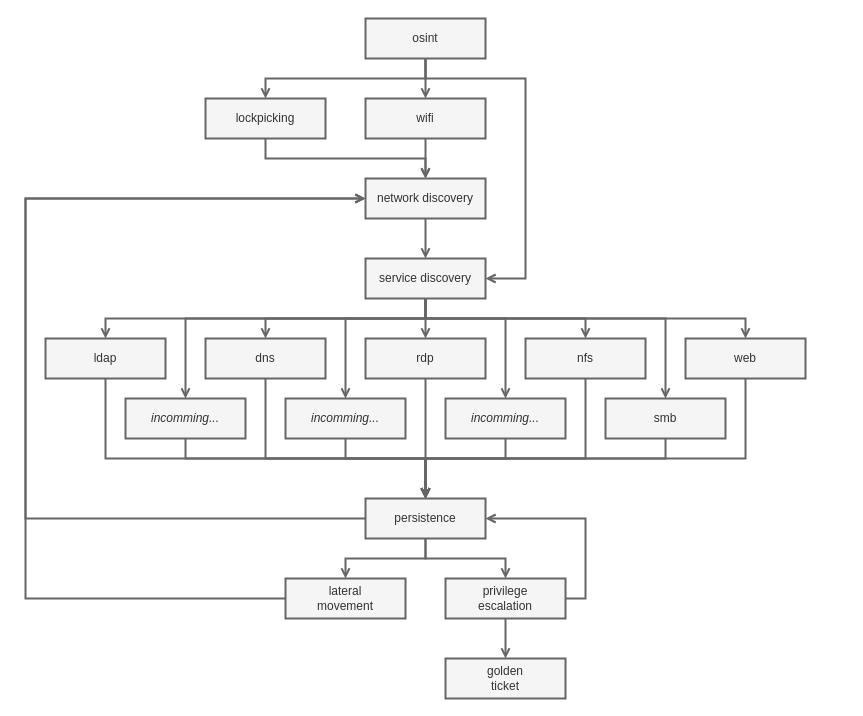
Earlier version of the draw.io diagram posts/notes/pwn/tree.drawio (0b11stan/blog). Source tidied: cells renumbered, new cells numbered last; positions are measured from the earlier drawing's top-left corner, leaving out a move shared by most shapes. Both pictures are drawn from the tidied source at 100%, with x=0, y=0 at pixel (25, 18).
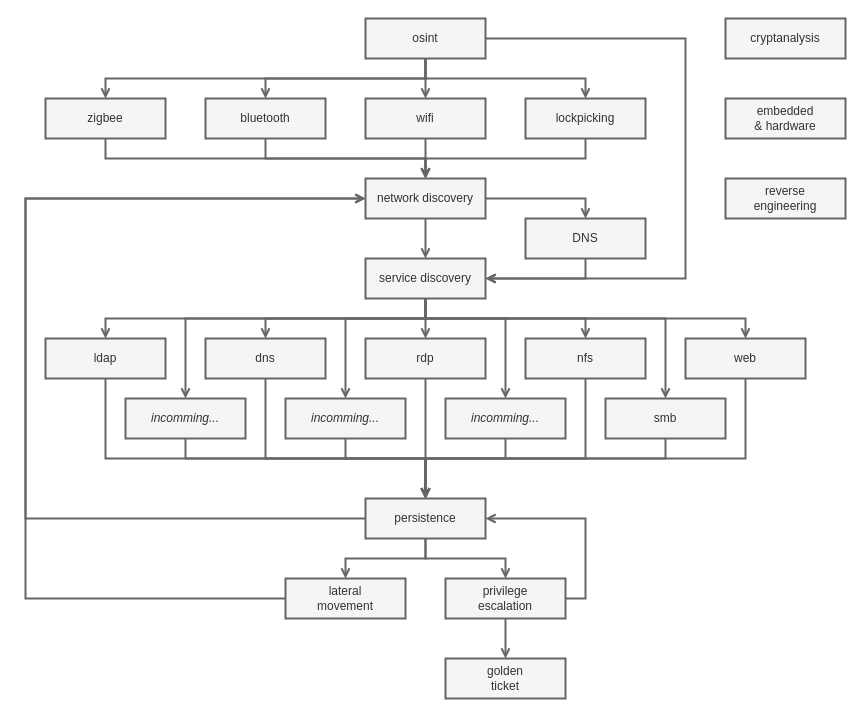
After the change.

The change refers to these unchanged cells:
```xml
<mxCell id="5" value="osint" style="rounded=0;whiteSpace=wrap;html=1;fillColor=#f5f5f5;fontColor=#333333;strokeColor=#666666;strokeWidth=2;" parent="1" vertex="1">
  <mxGeometry x="340" width="120" height="40" as="geometry" />
</mxCell>
<mxCell id="13" value="network discovery" style="rounded=0;whiteSpace=wrap;html=1;fillColor=#f5f5f5;fontColor=#333333;strokeColor=#666666;strokeWidth=2;" parent="1" vertex="1">
  <mxGeometry x="340" y="160" width="120" height="40" as="geometry" />
</mxCell>
<mxCell id="23" value="service discovery" style="rounded=0;whiteSpace=wrap;html=1;fillColor=#f5f5f5;fontColor=#333333;strokeColor=#666666;strokeWidth=2;" parent="1" vertex="1">
  <mxGeometry x="340" y="240" width="120" height="40" as="geometry" />
</mxCell>
```

The edit, as a diff of the source:
```diff
@@
     <mxCell id="2" style="edgeStyle=orthogonalEdgeStyle;rounded=0;jettySize=auto;html=1;fillColor=#f5f5f5;strokeColor=#666666;strokeWidth=2;endArrow=open;endFill=0;" parent="1" edge="1" source="5" target="7">
       <mxGeometry relative="1" as="geometry">
         <Array as="points">
           <mxPoint x="400" y="60" />
-          <mxPoint x="240" y="60" />
+          <mxPoint x="560" y="60" />
         </Array>
       </mxGeometry>
     </mxCell>
@@
     <mxCell id="4" style="edgeStyle=orthogonalEdgeStyle;rounded=0;jettySize=auto;html=1;strokeWidth=2;fillColor=#f5f5f5;strokeColor=#666666;endArrow=open;endFill=0;" parent="1" edge="1" source="5" target="23">
       <mxGeometry relative="1" as="geometry">
         <Array as="points">
-          <mxPoint x="400" y="60" />
-          <mxPoint x="500" y="60" />
-          <mxPoint x="500" y="260" />
+          <mxPoint x="660" y="20" />
+          <mxPoint x="660" y="260" />
         </Array>
       </mxGeometry>
     </mxCell>
+    <mxCell id="50" style="edgeStyle=orthogonalEdgeStyle;rounded=0;jettySize=auto;html=1;endArrow=open;endFill=0;strokeWidth=2;fillColor=#f5f5f5;strokeColor=#666666;" parent="1" edge="1" source="5" target="59">
+      <mxGeometry relative="1" as="geometry">
+        <Array as="points">
+          <mxPoint x="400" y="60" />
+          <mxPoint x="240" y="60" />
+        </Array>
+      </mxGeometry>
+    </mxCell>
+    <mxCell id="51" style="edgeStyle=orthogonalEdgeStyle;rounded=0;jettySize=auto;html=1;endArrow=open;endFill=0;strokeWidth=2;fillColor=#f5f5f5;strokeColor=#666666;" parent="1" edge="1" source="5" target="61">
+      <mxGeometry relative="1" as="geometry">
+        <Array as="points">
+          <mxPoint x="400" y="60" />
+          <mxPoint x="80" y="60" />
+        </Array>
+      </mxGeometry>
+    </mxCell>
@@
     <mxCell id="6" style="edgeStyle=orthogonalEdgeStyle;rounded=0;jettySize=auto;html=1;fillColor=#f5f5f5;strokeColor=#666666;strokeWidth=2;endArrow=open;endFill=0;" parent="1" edge="1" source="7" target="13">
       <mxGeometry relative="1" as="geometry">
         <Array as="points">
-          <mxPoint x="240" y="140" />
+          <mxPoint x="560" y="140" />
           <mxPoint x="400" y="140" />
         </Array>
       </mxGeometry>
     </mxCell>
     <mxCell id="7" value="lockpicking" style="rounded=0;whiteSpace=wrap;html=1;fillColor=#f5f5f5;fontColor=#333333;strokeColor=#666666;strokeWidth=2;" parent="1" vertex="1">
-      <mxGeometry x="180" y="80" width="120" height="40" as="geometry" />
+      <mxGeometry x="500" y="80" width="120" height="40" as="geometry" />
     </mxCell>
@@
+    <mxCell id="52" style="edgeStyle=orthogonalEdgeStyle;rounded=0;jettySize=auto;html=1;strokeWidth=2;fillColor=#f5f5f5;strokeColor=#666666;endArrow=open;endFill=0;" parent="1" edge="1" source="13" target="55">
+      <mxGeometry relative="1" as="geometry">
+        <Array as="points">
+          <mxPoint x="560" y="180" />
+        </Array>
+      </mxGeometry>
+    </mxCell>
@@
+    <mxCell id="53" value="reverse&lt;br&gt;engineering" style="rounded=0;whiteSpace=wrap;html=1;fillColor=#f5f5f5;fontColor=#333333;strokeColor=#666666;strokeWidth=2;" parent="1" vertex="1">
+      <mxGeometry x="700" y="160" width="120" height="40" as="geometry" />
+    </mxCell>
+    <mxCell id="54" style="edgeStyle=orthogonalEdgeStyle;rounded=0;jettySize=auto;html=1;endArrow=open;endFill=0;strokeWidth=2;fillColor=#f5f5f5;strokeColor=#666666;" parent="1" edge="1" source="55" target="23">
+      <mxGeometry relative="1" as="geometry">
+        <Array as="points">
+          <mxPoint x="560" y="260" />
+        </Array>
+      </mxGeometry>
+    </mxCell>
+    <mxCell id="55" value="DNS" style="rounded=0;whiteSpace=wrap;html=1;fillColor=#f5f5f5;fontColor=#333333;strokeColor=#666666;strokeWidth=2;" parent="1" vertex="1">
+      <mxGeometry x="500" y="200" width="120" height="40" as="geometry" />
+    </mxCell>
+    <mxCell id="56" value="cryptanalysis" style="rounded=0;whiteSpace=wrap;html=1;fillColor=#f5f5f5;fontColor=#333333;strokeColor=#666666;strokeWidth=2;" parent="1" vertex="1">
+      <mxGeometry x="700" width="120" height="40" as="geometry" />
+    </mxCell>
+    <mxCell id="57" value="embedded&lt;br&gt;&amp;amp; hardware" style="rounded=0;whiteSpace=wrap;html=1;fillColor=#f5f5f5;fontColor=#333333;strokeColor=#666666;strokeWidth=2;" parent="1" vertex="1">
+      <mxGeometry x="700" y="80" width="120" height="40" as="geometry" />
+    </mxCell>
+    <mxCell id="58" style="edgeStyle=orthogonalEdgeStyle;rounded=0;jettySize=auto;html=1;endArrow=open;endFill=0;strokeWidth=2;fillColor=#f5f5f5;strokeColor=#666666;" parent="1" edge="1" source="59" target="13">
+      <mxGeometry relative="1" as="geometry">
+        <Array as="points">
+          <mxPoint x="240" y="140" />
+          <mxPoint x="400" y="140" />
+        </Array>
+      </mxGeometry>
+    </mxCell>
+    <mxCell id="59" value="bluetooth" style="rounded=0;whiteSpace=wrap;html=1;fillColor=#f5f5f5;fontColor=#333333;strokeColor=#666666;strokeWidth=2;" parent="1" vertex="1">
+      <mxGeometry x="180" y="80" width="120" height="40" as="geometry" />
+    </mxCell>
+    <mxCell id="60" style="edgeStyle=orthogonalEdgeStyle;rounded=0;jettySize=auto;html=1;endArrow=open;endFill=0;strokeWidth=2;fillColor=#f5f5f5;strokeColor=#666666;" parent="1" edge="1" source="61" target="13">
+      <mxGeometry relative="1" as="geometry">
+        <Array as="points">
+          <mxPoint x="80" y="140" />
+          <mxPoint x="400" y="140" />
+        </Array>
+      </mxGeometry>
+    </mxCell>
+    <mxCell id="61" value="zigbee" style="rounded=0;whiteSpace=wrap;html=1;fillColor=#f5f5f5;fontColor=#333333;strokeColor=#666666;strokeWidth=2;" parent="1" vertex="1">
+      <mxGeometry x="20" y="80" width="120" height="40" as="geometry" />
+    </mxCell>
```
